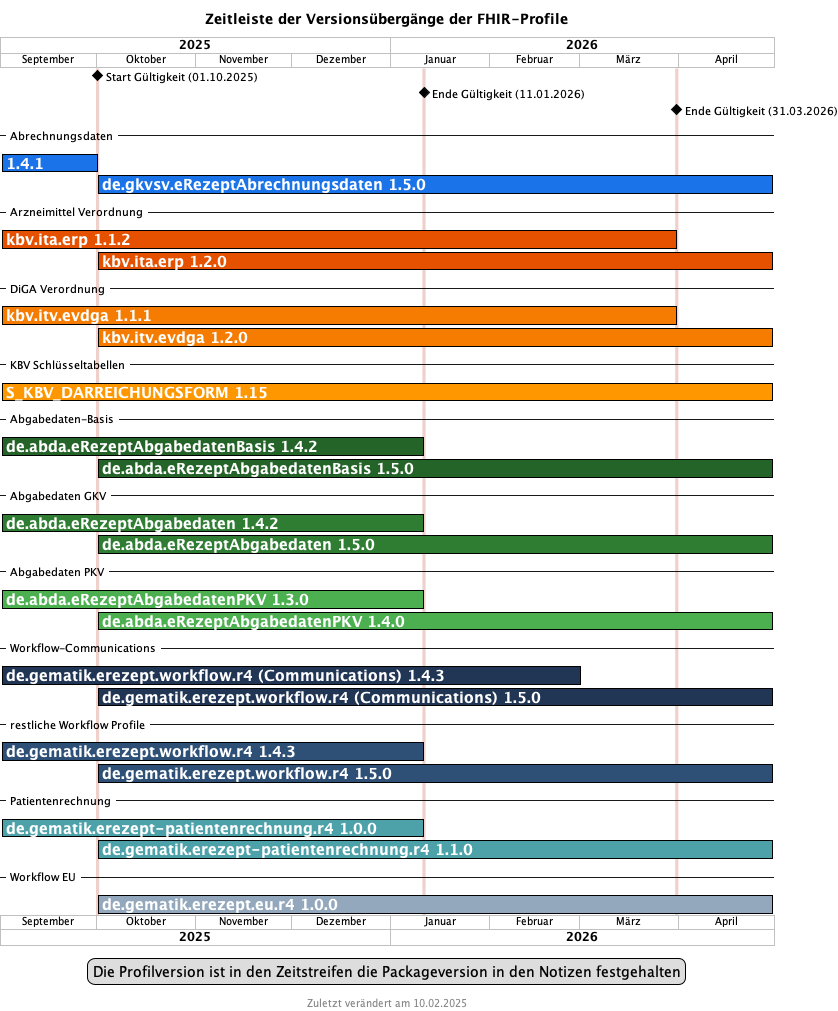
Above: images/puml_fhir_version_timeline.png in gematik/api-erp (PlantUML), before the change.
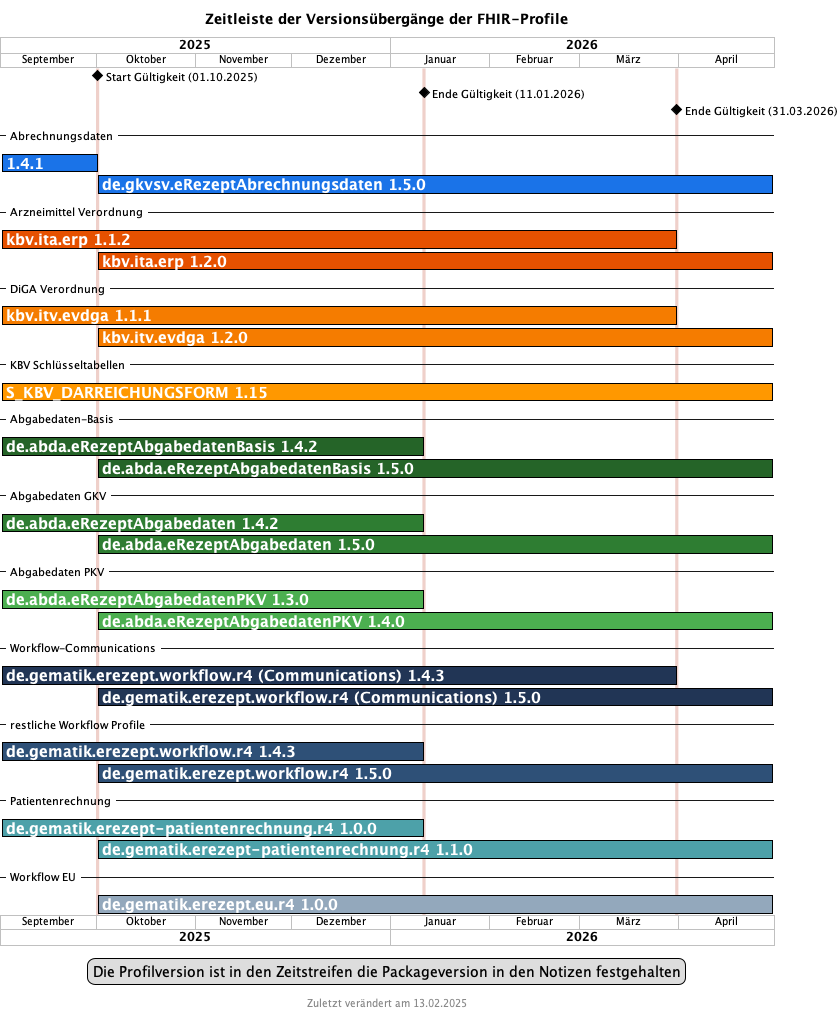
Above is the later version.

Commit message:
update wrong finish date

The edit, as a diff of the source:
```diff
@@ -13,7 +13,7 @@
 }
 </style>
 title Zeitleiste der Versionsübergänge der FHIR-Profile
-footer Zuletzt verändert am 10.02.2025
+footer Zuletzt verändert am 13.02.2025
 
 projectscale monthly zoom 3
 Project starts 2025-09-01
@@ -70,7 +70,7 @@
 
 -- Workflow-Communications --
 
-[de.gematik.erezept.workflow.r4 (Communications) 1.4.3] starts 2025-09-01 and ends 2026-03-01
+[de.gematik.erezept.workflow.r4 (Communications) 1.4.3] starts 2025-09-01 and ends 2026-03-31
 [de.gematik.erezept.workflow.r4 (Communications) 1.4.3] is colored in #213555/black
 [de.gematik.erezept.workflow.r4 (Communications) 1.5.0] starts 2025-10-01 and ends 2026-04-30
 [de.gematik.erezept.workflow.r4 (Communications) 1.5.0] is colored in #213555/black
```
